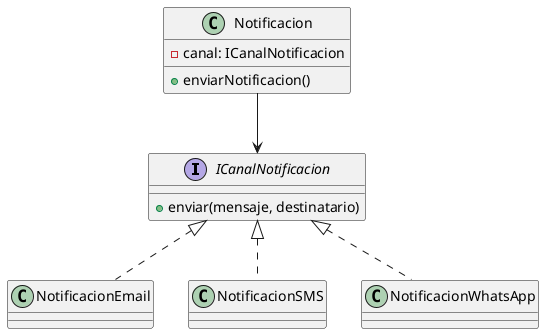
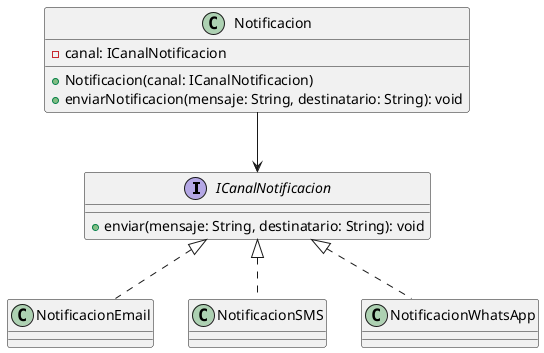
- @startuml
+ @startuml name

interface ICanalNotificacion {
-   +enviar(mensaje, destinatario)
+   +enviar(mensaje: String, destinatario: String): void
}

class Notificacion {
  -canal: ICanalNotificacion
-   +enviarNotificacion()
+   +Notificacion(canal: ICanalNotificacion)
+   +enviarNotificacion(mensaje: String, destinatario: String): void
}

class NotificacionEmail
class NotificacionSMS
class NotificacionWhatsApp

ICanalNotificacion <|.. NotificacionEmail
ICanalNotificacion <|.. NotificacionSMS
ICanalNotificacion <|.. NotificacionWhatsApp

Notificacion --> ICanalNotificacion

@enduml